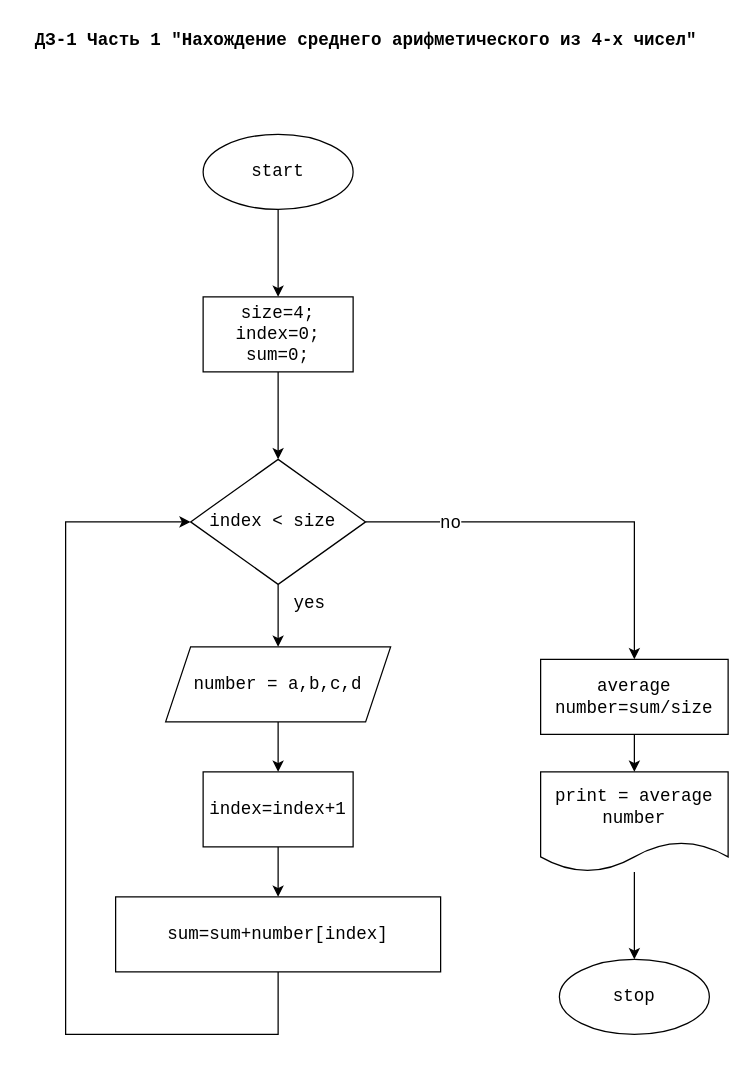
The draw.io diagram ДЗ-1 нахождение среднего арифметического из 4-х чисел..drawio in iyuninva/-, before the edit. Source tidied: cells renumbered, new cells numbered last; positions are measured from the earlier drawing's top-left corner, leaving out a move shared by most shapes. Both pictures are drawn from the tidied source at 125%, with x=0, y=0 at pixel (21, 21).
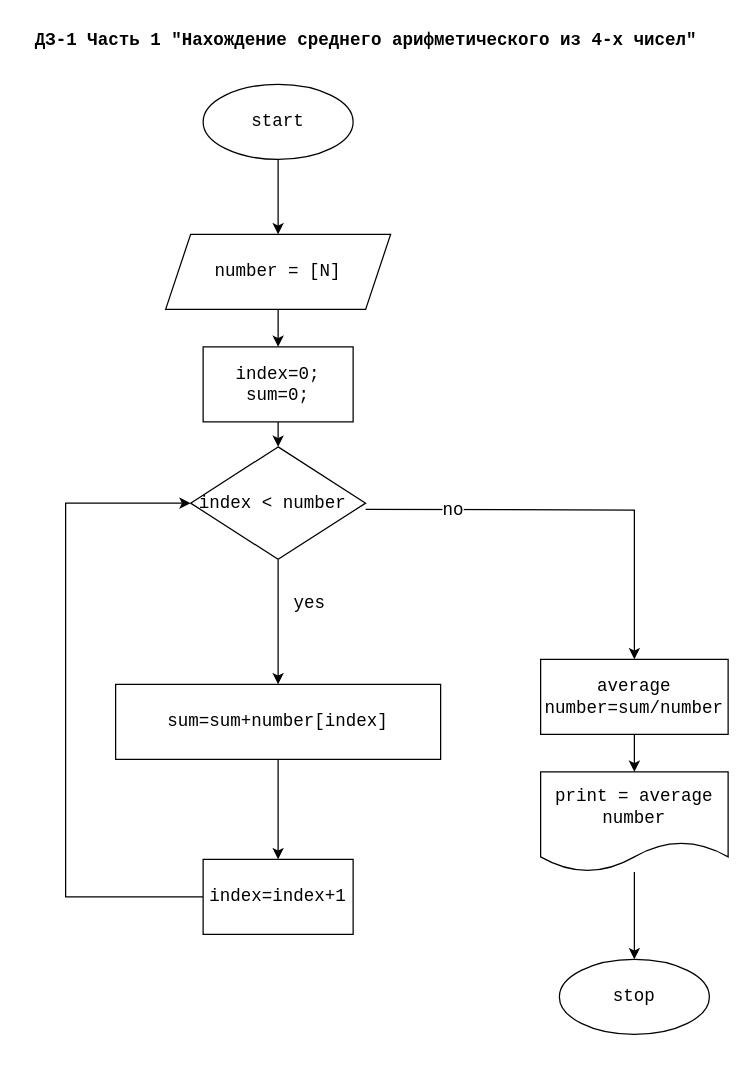
Above is the later version.

Change to the diagram source:
```diff
@@
-    <mxCell id="3" style="edgeStyle=orthogonalEdgeStyle;rounded=0;jettySize=auto;html=1;fontFamily=Courier New;fontSize=14;" parent="1" edge="1" source="4">
-      <mxGeometry relative="1" as="geometry">
-        <mxPoint x="205" y="220" as="targetPoint" />
-      </mxGeometry>
-    </mxCell>
+    <mxCell id="24" style="edgeStyle=orthogonalEdgeStyle;rounded=0;jettySize=auto;html=1;entryX=0.5;entryY=0;entryDx=0;entryDy=0;" parent="1" edge="1" source="4" target="22">
+      <mxGeometry relative="1" as="geometry" />
+    </mxCell>
     <mxCell id="4" value="start" style="ellipse;whiteSpace=wrap;html=1;fontFamily=Courier New;fontSize=14;" parent="1" vertex="1">
-      <mxGeometry x="145" y="90" width="120" height="60" as="geometry" />
+      <mxGeometry x="145" y="50" width="120" height="60" as="geometry" />
     </mxCell>
@@
-    <mxCell id="6" style="edgeStyle=orthogonalEdgeStyle;rounded=0;jettySize=auto;html=1;fontFamily=Courier New;fontSize=14;entryX=0.5;entryY=0;entryDx=0;entryDy=0;" parent="1" edge="1" source="9" target="11">
-      <mxGeometry relative="1" as="geometry" />
+    <mxCell id="6" style="edgeStyle=orthogonalEdgeStyle;rounded=0;jettySize=auto;html=1;fontFamily=Courier New;fontSize=14;entryX=0.5;entryY=0;entryDx=0;entryDy=0;" parent="1" edge="1" target="11">
+      <mxGeometry relative="1" as="geometry">
+        <mxPoint x="275" y="390" as="sourcePoint" />
+      </mxGeometry>
     </mxCell>
@@
-    <mxCell id="8" style="edgeStyle=orthogonalEdgeStyle;rounded=0;jettySize=auto;html=1;fontFamily=Courier New;fontSize=14;" parent="1" edge="1" source="9" target="22">
-      <mxGeometry relative="1" as="geometry" />
-    </mxCell>
-    <mxCell id="9" value="index &amp;lt; size&amp;nbsp;" style="rhombus;whiteSpace=wrap;html=1;fontSize=14;fontFamily=Courier New;rounded=0;" parent="1" vertex="1">
-      <mxGeometry x="135" y="350" width="140" height="100" as="geometry" />
-    </mxCell>
@@
-    <mxCell id="11" value="average number=sum/size" style="whiteSpace=wrap;html=1;fontFamily=Courier New;fontSize=14;" parent="1" vertex="1">
+    <mxCell id="11" value="average number=sum/number" style="whiteSpace=wrap;html=1;fontFamily=Courier New;fontSize=14;" parent="1" vertex="1">
       <mxGeometry x="415" y="510" width="150" height="60" as="geometry" />
     </mxCell>
-    <mxCell id="12" style="edgeStyle=orthogonalEdgeStyle;rounded=0;jettySize=auto;html=1;fontFamily=Courier New;fontSize=14;" parent="1" edge="1" source="13" target="9">
-      <mxGeometry relative="1" as="geometry" />
+    <mxCell id="12" style="edgeStyle=orthogonalEdgeStyle;rounded=0;jettySize=auto;html=1;fontFamily=Courier New;fontSize=14;" parent="1" edge="1" source="13">
+      <mxGeometry relative="1" as="geometry">
+        <mxPoint x="205" y="340" as="targetPoint" />
+      </mxGeometry>
     </mxCell>
-    <mxCell id="13" value="size=4;&lt;br style=&quot;font-size: 14px;&quot;&gt;index=0;&lt;br style=&quot;font-size: 14px;&quot;&gt;sum=0;" style="whiteSpace=wrap;html=1;fontFamily=Courier New;fontSize=14;" parent="1" vertex="1">
-      <mxGeometry x="145" y="220" width="120" height="60" as="geometry" />
+    <mxCell id="13" value="index=0;&lt;br style=&quot;font-size: 14px;&quot;&gt;sum=0;" style="whiteSpace=wrap;html=1;fontFamily=Courier New;fontSize=14;" parent="1" vertex="1">
+      <mxGeometry x="145" y="260" width="120" height="60" as="geometry" />
     </mxCell>
-    <mxCell id="14" style="edgeStyle=orthogonalEdgeStyle;rounded=0;jettySize=auto;html=1;entryX=0.5;entryY=0;entryDx=0;entryDy=0;fontFamily=Courier New;fontSize=14;" parent="1" edge="1" source="15" target="17">
-      <mxGeometry relative="1" as="geometry" />
-    </mxCell>
+    <mxCell id="25" style="edgeStyle=orthogonalEdgeStyle;rounded=0;jettySize=auto;html=1;entryX=0;entryY=0.5;entryDx=0;entryDy=0;" parent="1" edge="1" source="15" target="29">
+      <mxGeometry relative="1" as="geometry">
+        <Array as="points">
+          <mxPoint x="35" y="700" />
+          <mxPoint x="35" y="385" />
+        </Array>
+      </mxGeometry>
+    </mxCell>
     <mxCell id="15" value="index=index+1" style="whiteSpace=wrap;html=1;fontSize=14;fontFamily=Courier New;rounded=0;" parent="1" vertex="1">
-      <mxGeometry x="145" y="600" width="120" height="60" as="geometry" />
+      <mxGeometry x="145" y="670" width="120" height="60" as="geometry" />
     </mxCell>
-    <mxCell id="16" style="edgeStyle=orthogonalEdgeStyle;rounded=0;jettySize=auto;html=1;fontFamily=Courier New;fontSize=14;entryX=0;entryY=0.5;entryDx=0;entryDy=0;" parent="1" edge="1" source="17" target="9">
-      <mxGeometry relative="1" as="geometry">
-        <Array as="points">
-          <mxPoint x="205" y="810" />
-          <mxPoint x="35" y="810" />
-          <mxPoint x="35" y="400" />
-        </Array>
-      </mxGeometry>
-    </mxCell>
+    <mxCell id="26" style="edgeStyle=orthogonalEdgeStyle;rounded=0;jettySize=auto;html=1;entryX=0.5;entryY=0;entryDx=0;entryDy=0;" parent="1" edge="1" source="17" target="15">
+      <mxGeometry relative="1" as="geometry">
+        <Array as="points">
+          <mxPoint x="205" y="630" />
+          <mxPoint x="205" y="630" />
+        </Array>
+      </mxGeometry>
+    </mxCell>
     <mxCell id="17" value="sum=sum+number[index]" style="whiteSpace=wrap;html=1;fontSize=14;fontFamily=Courier New;rounded=0;" parent="1" vertex="1">
-      <mxGeometry x="75" y="700" width="260" height="60" as="geometry" />
+      <mxGeometry x="75" y="530" width="260" height="60" as="geometry" />
     </mxCell>
@@
-    <mxCell id="21" style="edgeStyle=orthogonalEdgeStyle;rounded=0;jettySize=auto;html=1;entryX=0.5;entryY=0;entryDx=0;entryDy=0;fontFamily=Courier New;fontSize=14;" parent="1" edge="1" source="22" target="15">
-      <mxGeometry relative="1" as="geometry" />
-    </mxCell>
+    <mxCell id="27" style="edgeStyle=orthogonalEdgeStyle;rounded=0;jettySize=auto;html=1;entryX=0.5;entryY=0;entryDx=0;entryDy=0;" parent="1" edge="1" source="22" target="13">
+      <mxGeometry relative="1" as="geometry" />
+    </mxCell>
-    <mxCell id="22" value="number = a,b,c,d" style="shape=parallelogram;perimeter=parallelogramPerimeter;whiteSpace=wrap;html=1;fixedSize=1;fontSize=14;fontFamily=Courier New;rounded=0;" parent="1" vertex="1">
-      <mxGeometry x="115" y="500" width="180" height="60" as="geometry" />
+    <mxCell id="22" value="number = [N]" style="shape=parallelogram;perimeter=parallelogramPerimeter;whiteSpace=wrap;html=1;fixedSize=1;fontSize=14;fontFamily=Courier New;rounded=0;" parent="1" vertex="1">
+      <mxGeometry x="115" y="170" width="180" height="60" as="geometry" />
     </mxCell>
@@
+    <mxCell id="28" style="edgeStyle=orthogonalEdgeStyle;rounded=0;jettySize=auto;html=1;entryX=0.5;entryY=0;entryDx=0;entryDy=0;" parent="1" edge="1" source="29" target="17">
+      <mxGeometry relative="1" as="geometry" />
+    </mxCell>
+    <mxCell id="29" value="&lt;span style=&quot;font-family: &amp;quot;Courier New&amp;quot;; font-size: 14px;&quot;&gt;index &amp;lt; number&amp;nbsp;&lt;/span&gt;" style="rhombus;whiteSpace=wrap;html=1;" parent="1" vertex="1">
+      <mxGeometry x="135" y="340" width="140" height="90" as="geometry" />
+    </mxCell>
```
